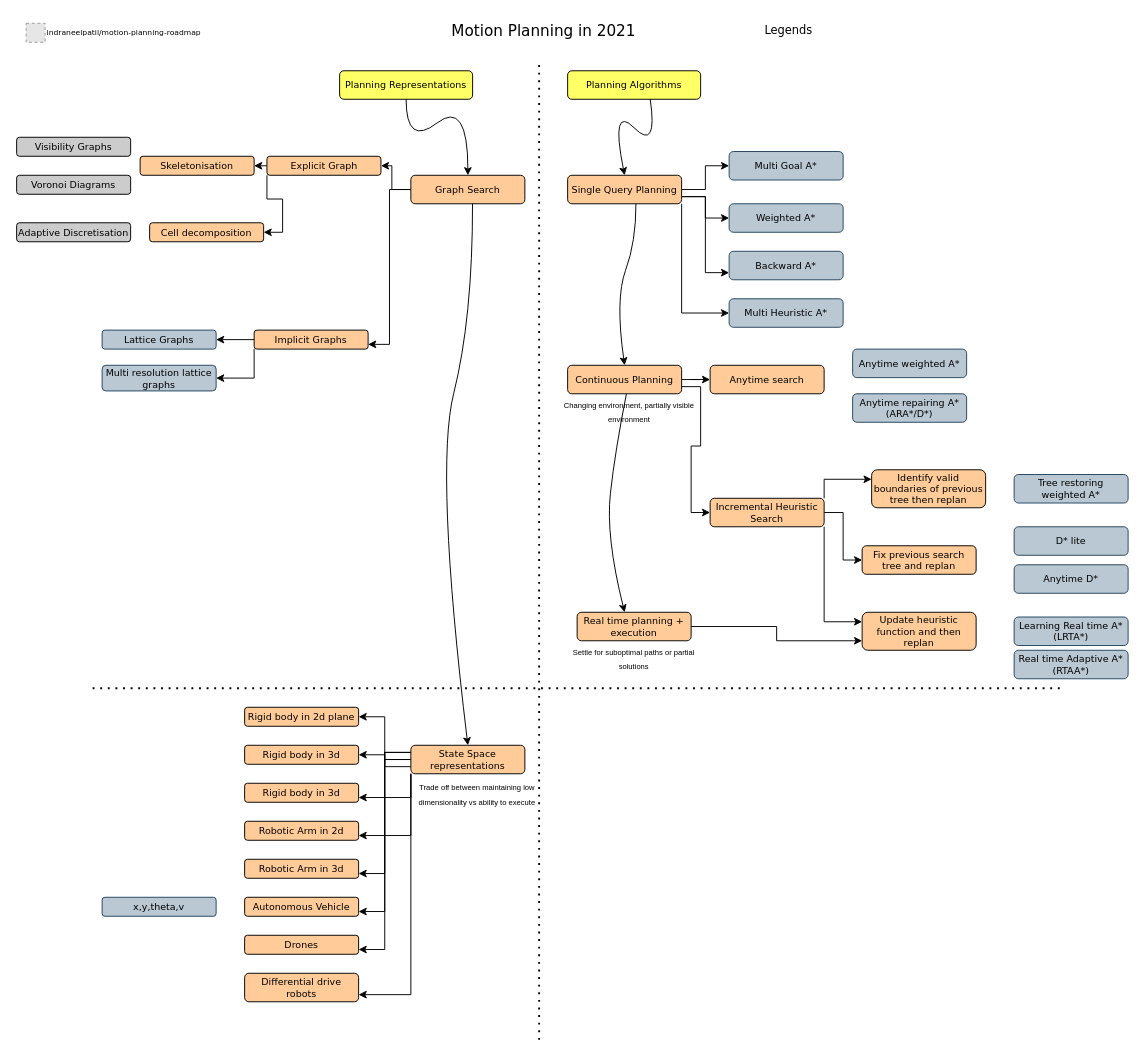
indraneelpatil/motion-planning-roadmap keeps this draw.io diagram as Untitled Diagram.drawio. Above is the earlier version. Source tidied: cells renumbered, new cells numbered last; positions are measured from the earlier drawing's top-left corner, leaving out a move shared by most shapes. Both pictures are drawn from the tidied source at 95%, with x=0, y=0 at pixel (16, 15). Pictures stored in the file or linked from it are replaced by grey dashed boxes.
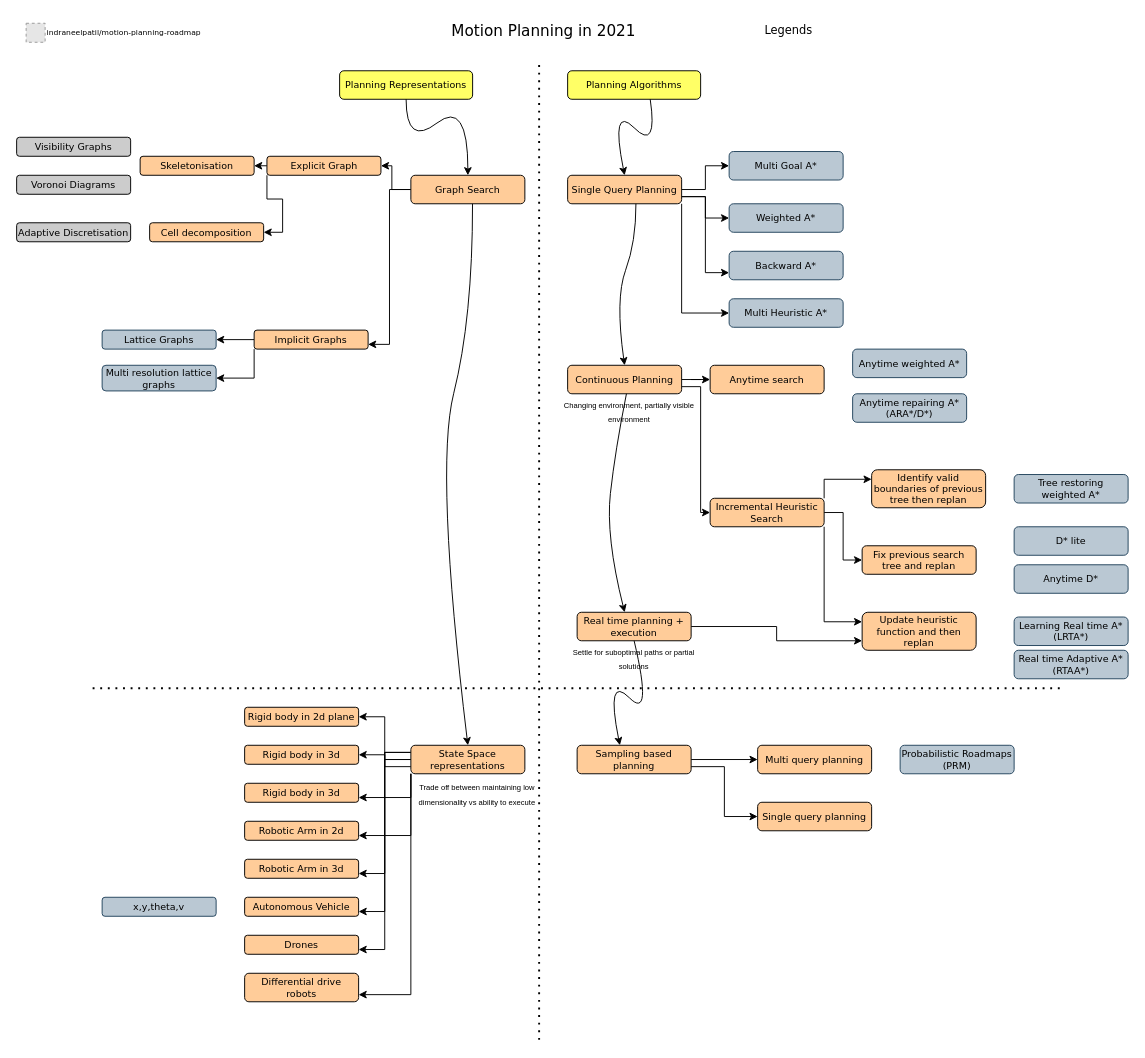
Above is the later version.

The change refers to these unchanged cells:
```xml
<mxCell id="38" value="Continuous Planning" style="rounded=1;whiteSpace=wrap;html=1;comic=0;fontFamily=Verdana;fontSize=10;fillColor=#FFCC99;" parent="1" vertex="1">
  <mxGeometry x="580" y="368" width="120" height="30" as="geometry" />
</mxCell>
<mxCell id="45" value="Incremental Heuristic Search" style="rounded=1;whiteSpace=wrap;html=1;comic=0;fontFamily=Verdana;fontSize=10;fillColor=#FFCC99;" parent="1" vertex="1">
  <mxGeometry x="730" y="508" width="120" height="30" as="geometry" />
</mxCell>
<mxCell id="77" value="&lt;font style=&quot;font-size: 8px&quot;&gt;Settle for suboptimal paths or partial solutions&lt;/font&gt;" style="text;html=1;strokeColor=none;fillColor=none;align=center;verticalAlign=middle;whiteSpace=wrap;rounded=0;" parent="1" vertex="1">
  <mxGeometry x="575" y="658" width="150" height="35" as="geometry" />
</mxCell>
```

The edit, as a diff of the source:
```diff
@@
     <mxCell id="37" style="edgeStyle=orthogonalEdgeStyle;rounded=0;jettySize=auto;html=1;exitX=1;exitY=0.75;exitDx=0;exitDy=0;entryX=0;entryY=0.5;entryDx=0;entryDy=0;" parent="1" edge="1" source="38" target="45">
-      <mxGeometry relative="1" as="geometry" />
+      <mxGeometry relative="1" as="geometry">
+        <Array as="points">
+          <mxPoint x="720" y="391" />
+          <mxPoint x="720" y="523" />
+        </Array>
+      </mxGeometry>
     </mxCell>
@@
+    <mxCell id="81" style="edgeStyle=orthogonalEdgeStyle;rounded=0;jettySize=auto;html=1;exitX=1;exitY=0.5;exitDx=0;exitDy=0;entryX=0;entryY=0.5;entryDx=0;entryDy=0;" parent="1" edge="1" source="83" target="86">
+      <mxGeometry relative="1" as="geometry" />
+    </mxCell>
+    <mxCell id="82" style="edgeStyle=orthogonalEdgeStyle;rounded=0;jettySize=auto;html=1;exitX=1;exitY=0.75;exitDx=0;exitDy=0;entryX=0;entryY=0.5;entryDx=0;entryDy=0;" parent="1" edge="1" source="83" target="87">
+      <mxGeometry relative="1" as="geometry" />
+    </mxCell>
+    <mxCell id="83" value="Sampling based planning" style="rounded=1;whiteSpace=wrap;html=1;comic=0;fontFamily=Verdana;fontSize=10;fillColor=#FFCC99;" parent="1" vertex="1">
+      <mxGeometry x="590" y="768" width="120" height="30" as="geometry" />
+    </mxCell>
+    <mxCell id="84" style="curved=1;endArrow=classic;html=1;rounded=0;entryX=0.5;entryY=0;entryDx=0;entryDy=0;exitX=0.5;exitY=0;exitDx=0;exitDy=0;" parent="1" edge="1" source="77">
+      <mxGeometry relative="1" as="geometry">
+        <mxPoint x="635" y="768" as="targetPoint" />
+        <Array as="points">
+          <mxPoint x="670" y="743" />
+          <mxPoint x="620" y="693" />
+        </Array>
+      </mxGeometry>
+    </mxCell>
+    <mxCell id="85" value="Probabilistic Roadmaps (PRM)" style="rounded=1;whiteSpace=wrap;html=1;comic=0;fontFamily=Verdana;fontSize=10;fillColor=#bac8d3;strokeColor=#23445d;" parent="1" vertex="1">
+      <mxGeometry x="930" y="768" width="120" height="30" as="geometry" />
+    </mxCell>
+    <mxCell id="86" value="Multi query planning" style="rounded=1;whiteSpace=wrap;html=1;comic=0;fontFamily=Verdana;fontSize=10;fillColor=#FFCC99;" parent="1" vertex="1">
+      <mxGeometry x="780" y="768" width="120" height="30" as="geometry" />
+    </mxCell>
+    <mxCell id="87" value="Single query planning" style="rounded=1;whiteSpace=wrap;html=1;comic=0;fontFamily=Verdana;fontSize=10;fillColor=#FFCC99;" parent="1" vertex="1">
+      <mxGeometry x="780" y="828" width="120" height="30" as="geometry" />
+    </mxCell>
```
